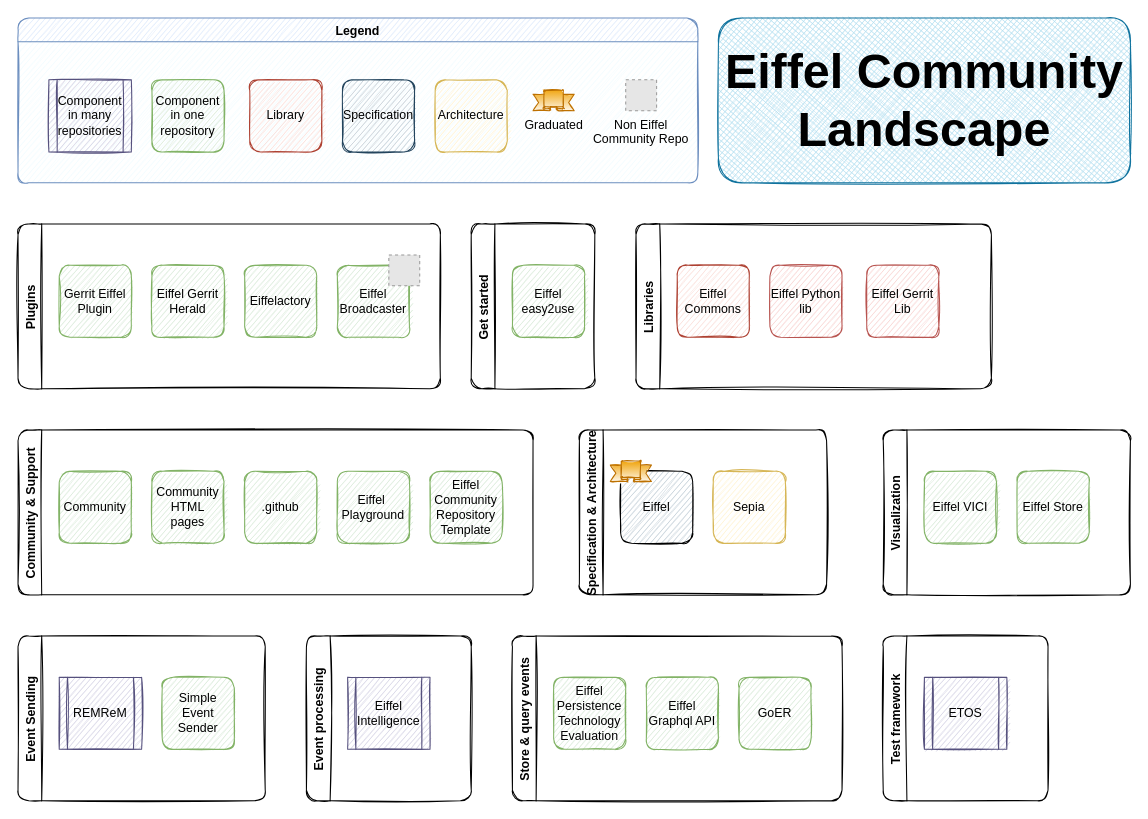
Above: src/landscape.drawio in eiffel-community/eiffel-community.github.io (draw.io), before the change. Source tidied: cells renumbered, new cells numbered last; positions are measured from the earlier drawing's top-left corner, leaving out a move shared by most shapes. Both pictures are drawn from the tidied source at 103%, with x=0, y=0 at pixel (18, 18). Pictures stored in the file or linked from it are replaced by grey dashed boxes.
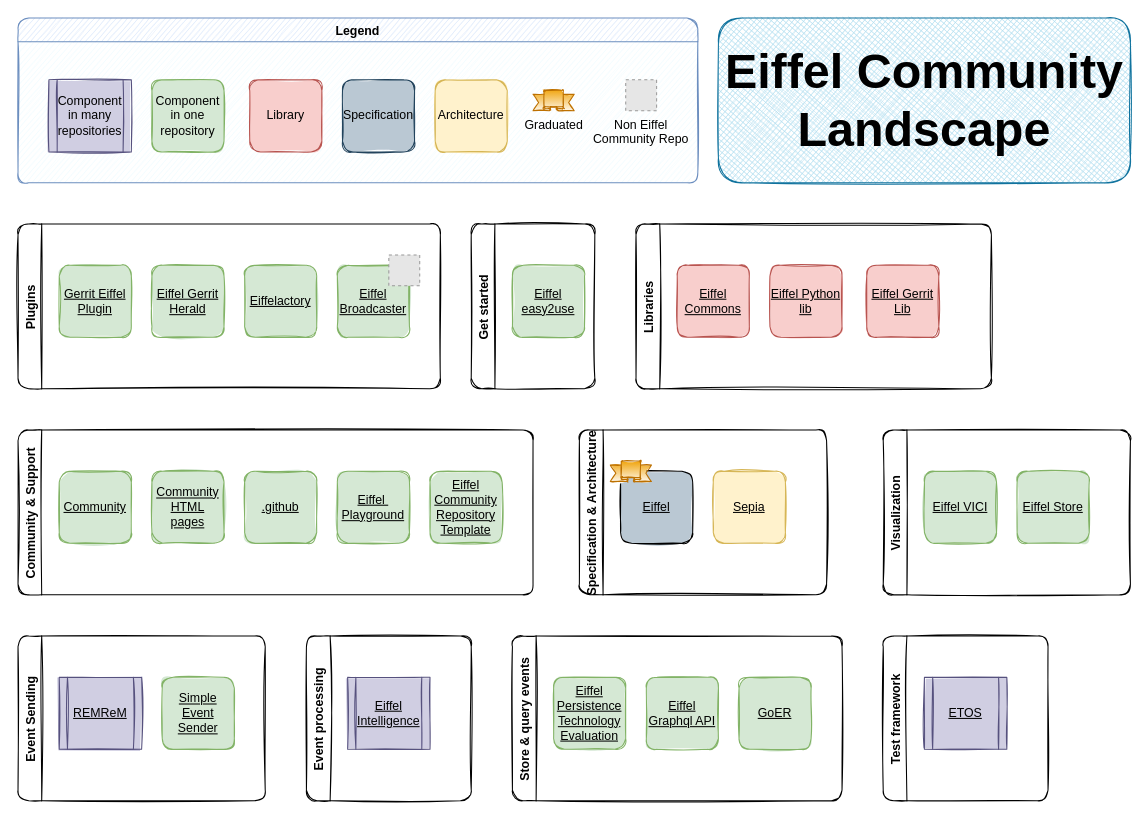
Above is the later version.

Commit message (it also covers changes not shown here):
Make landscape picture clickable (#32)

The change refers to these unchanged cells:
```xml
<mxCell id="7" value="Plugins" style="swimlane;horizontal=0;rounded=1;sketch=1;" parent="1" vertex="1">
  <mxGeometry y="200" width="410" height="160" as="geometry" />
</mxCell>
<mxCell id="16" value="Event Sending" style="swimlane;horizontal=0;rounded=1;sketch=1;glass=0;shadow=0;" parent="1" vertex="1">
  <mxGeometry y="600" width="240" height="160" as="geometry" />
</mxCell>
<mxCell id="19" value="Get started" style="swimlane;horizontal=0;rounded=1;sketch=1;" parent="1" vertex="1">
  <mxGeometry x="440" y="200" width="120" height="160" as="geometry" />
</mxCell>
<mxCell id="21" value="Visualization" style="swimlane;horizontal=0;rounded=1;sketch=1;" parent="1" vertex="1">
  <mxGeometry x="840" y="400" width="240" height="160" as="geometry" />
</mxCell>
<mxCell id="24" value="Event processing" style="swimlane;horizontal=0;rounded=1;sketch=1;" parent="1" vertex="1">
  <mxGeometry x="280" y="600" width="160" height="160" as="geometry" />
</mxCell>
<mxCell id="26" value="Test framework" style="swimlane;horizontal=0;rounded=1;sketch=1;" parent="1" vertex="1">
  <mxGeometry x="840" y="600" width="160" height="160" as="geometry" />
</mxCell>
<mxCell id="28" value="Community &amp; Support" style="swimlane;horizontal=0;rounded=1;sketch=1;" parent="1" vertex="1">
  <mxGeometry y="400" width="500" height="160" as="geometry" />
</mxCell>
<mxCell id="34" value="Libraries" style="swimlane;horizontal=0;rounded=1;sketch=1;" parent="1" vertex="1">
  <mxGeometry x="600" y="200" width="345" height="160" as="geometry" />
</mxCell>
<mxCell id="38" value="Legend" style="swimlane;rounded=1;sketch=1;glass=0;shadow=0;fillColor=#dae8fc;strokeColor=#6c8ebf;swimlaneFillColor=#F0FCFF;" parent="1" vertex="1">
  <mxGeometry width="660" height="160" as="geometry" />
</mxCell>
```

Diff of the diagram source:
```diff
@@
-    <mxCell id="2" value="Sepia" style="whiteSpace=wrap;html=1;sketch=1;rounded=1;fillColor=#fff2cc;strokeColor=#d6b656;" parent="1" vertex="1">
-      <mxGeometry x="675" y="440" width="70" height="70" as="geometry" />
-    </mxCell>
-    <mxCell id="3" value="Store &amp; query events" style="swimlane;horizontal=0;rounded=1;sketch=1;" parent="1" vertex="1">
-      <mxGeometry x="480" y="600" width="320" height="160" as="geometry" />
-    </mxCell>
-    <mxCell id="4" value="Eiffel Persistence Technology Evaluation" style="whiteSpace=wrap;html=1;sketch=1;rounded=1;fillColor=#d5e8d4;strokeColor=#82b366;" parent="3" vertex="1">
-      <mxGeometry x="40" y="40" width="70" height="70" as="geometry" />
-    </mxCell>
-    <mxCell id="5" value="Eiffel Graphql API" style="whiteSpace=wrap;html=1;sketch=1;rounded=1;fillColor=#d5e8d4;strokeColor=#82b366;" parent="3" vertex="1">
-      <mxGeometry x="130" y="40" width="70" height="70" as="geometry" />
-    </mxCell>
-    <mxCell id="6" value="GoER" style="whiteSpace=wrap;html=1;sketch=1;rounded=1;fillColor=#d5e8d4;strokeColor=#82b366;" parent="3" vertex="1">
-      <mxGeometry x="220" y="40" width="70" height="70" as="geometry" />
-    </mxCell>
+    <mxCell id="13" value="Specification &amp; Architecture" style="swimlane;horizontal=0;rounded=1;sketch=1;" parent="1" vertex="1">
+      <mxGeometry x="545" y="400" width="240" height="160" as="geometry" />
+    </mxCell>
+    <mxCell id="14" value="&lt;div&gt;&lt;u&gt;Eiffel&lt;/u&gt;&lt;/div&gt;" style="whiteSpace=wrap;html=1;sketch=1;rounded=1;fillColor=#bac8d3;shadow=0;glass=0;fillStyle=solid;" parent="13" vertex="1">
+      <mxGeometry x="40" y="40" width="70" height="70" as="geometry" />
+    </mxCell>
+    <mxCell id="15" style="verticalLabelPosition=bottom;verticalAlign=top;html=1;shape=mxgraph.basic.banner;rounded=1;shadow=0;glass=0;sketch=1;fillColor=#f0a30a;strokeColor=#BD7000;fontColor=#000000;gradientColor=#ffffff;" parent="13" vertex="1">
+      <mxGeometry x="30" y="30" width="40" height="20" as="geometry" />
+    </mxCell>
@@
-    <mxCell id="8" value="Gerrit Eiffel Plugin" style="whiteSpace=wrap;html=1;sketch=1;rounded=1;fillColor=#d5e8d4;strokeColor=#82b366;" parent="7" vertex="1">
+    <mxCell id="8" value="&lt;u&gt;Gerrit Eiffel Plugin&lt;/u&gt;" style="whiteSpace=wrap;html=1;sketch=1;rounded=1;fillColor=#d5e8d4;strokeColor=#82b366;fillStyle=solid;" parent="7" vertex="1">
       <mxGeometry x="40" y="40" width="70" height="70" as="geometry" />
     </mxCell>
-    <mxCell id="9" value="Eiffel Gerrit Herald" style="whiteSpace=wrap;html=1;sketch=1;rounded=1;fillColor=#d5e8d4;strokeColor=#82b366;" parent="7" vertex="1">
+    <mxCell id="9" value="&lt;u&gt;Eiffel Gerrit Herald&lt;/u&gt;" style="whiteSpace=wrap;html=1;sketch=1;rounded=1;fillColor=#d5e8d4;strokeColor=#82b366;fillStyle=solid;" parent="7" vertex="1">
       <mxGeometry x="130" y="40" width="70" height="70" as="geometry" />
     </mxCell>
-    <mxCell id="10" value="Eiffelactory" style="whiteSpace=wrap;html=1;sketch=1;rounded=1;fillColor=#d5e8d4;strokeColor=#82b366;" parent="7" vertex="1">
+    <mxCell id="10" value="&lt;u&gt;Eiffelactory&lt;/u&gt;" style="whiteSpace=wrap;html=1;sketch=1;rounded=1;fillColor=#d5e8d4;strokeColor=#82b366;fillStyle=solid;" parent="7" vertex="1">
       <mxGeometry x="220" y="40" width="70" height="70" as="geometry" />
     </mxCell>
-    <mxCell id="11" value="Eiffel Broadcaster" style="whiteSpace=wrap;html=1;sketch=1;rounded=1;fillColor=#d5e8d4;strokeColor=#82b366;" parent="7" vertex="1">
+    <mxCell id="11" value="&lt;u&gt;Eiffel Broadcaster&lt;/u&gt;" style="whiteSpace=wrap;html=1;sketch=1;rounded=1;fillColor=#d5e8d4;strokeColor=#82b366;fillStyle=solid;" parent="7" vertex="1">
       <mxGeometry x="310" y="40" width="70" height="70" as="geometry" />
     </mxCell>
@@
-    <mxCell id="13" value="Specification &amp; Architecture" style="swimlane;horizontal=0;rounded=1;sketch=1;" parent="1" vertex="1">
-      <mxGeometry x="545" y="400" width="240" height="160" as="geometry" />
-    </mxCell>
-    <mxCell id="14" value="&lt;div&gt;Eiffel&lt;/div&gt;" style="whiteSpace=wrap;html=1;sketch=1;rounded=1;fillColor=#bac8d3;shadow=0;glass=0;" parent="13" vertex="1">
-      <mxGeometry x="40" y="40" width="70" height="70" as="geometry" />
-    </mxCell>
-    <mxCell id="15" style="verticalLabelPosition=bottom;verticalAlign=top;html=1;shape=mxgraph.basic.banner;rounded=1;shadow=0;glass=0;sketch=1;fillColor=#f0a30a;strokeColor=#BD7000;fontColor=#000000;gradientColor=#ffffff;" parent="13" vertex="1">
-      <mxGeometry x="30" y="30" width="40" height="20" as="geometry" />
-    </mxCell>
+    <mxCell id="3" value="Store &amp; query events" style="swimlane;horizontal=0;rounded=1;sketch=1;" parent="1" vertex="1">
+      <mxGeometry x="480" y="600" width="320" height="160" as="geometry" />
+    </mxCell>
+    <mxCell id="4" value="&lt;u&gt;Eiffel Persistence Technology Evaluation&lt;/u&gt;" style="whiteSpace=wrap;html=1;sketch=1;rounded=1;fillColor=#d5e8d4;strokeColor=#82b366;fillStyle=solid;" parent="3" vertex="1">
+      <mxGeometry x="40" y="40" width="70" height="70" as="geometry" />
+    </mxCell>
+    <mxCell id="5" value="&lt;u&gt;Eiffel Graphql API&lt;/u&gt;" style="whiteSpace=wrap;html=1;sketch=1;rounded=1;fillColor=#d5e8d4;strokeColor=#82b366;fillStyle=solid;" parent="3" vertex="1">
+      <mxGeometry x="130" y="40" width="70" height="70" as="geometry" />
+    </mxCell>
+    <mxCell id="6" value="&lt;u&gt;GoER&lt;/u&gt;" style="whiteSpace=wrap;html=1;sketch=1;rounded=1;fillColor=#d5e8d4;strokeColor=#82b366;fillStyle=solid;" parent="3" vertex="1">
+      <mxGeometry x="220" y="40" width="70" height="70" as="geometry" />
+    </mxCell>
@@
-    <mxCell id="17" value="REMReM" style="shape=process;whiteSpace=wrap;html=1;backgroundOutline=1;fontFamily=Helvetica;fontSize=12;align=center;strokeColor=#56517e;fillColor=#d0cee2;sketch=1;" parent="16" vertex="1">
+    <mxCell id="17" value="&lt;u&gt;REMReM&lt;/u&gt;" style="shape=process;whiteSpace=wrap;html=1;backgroundOutline=1;fontFamily=Helvetica;fontSize=12;align=center;strokeColor=#56517e;fillColor=#d0cee2;sketch=1;fillStyle=solid;" parent="16" vertex="1">
       <mxGeometry x="40" y="40" width="80" height="70" as="geometry" />
     </mxCell>
-    <mxCell id="18" value="&lt;div&gt;Simple Event Sender &lt;br&gt;&lt;/div&gt;" style="whiteSpace=wrap;html=1;sketch=1;rounded=1;fillColor=#d5e8d4;strokeColor=#82b366;" parent="16" vertex="1">
+    <mxCell id="18" value="&lt;div&gt;&lt;u&gt;Simple Event Sender &lt;/u&gt;&lt;br&gt;&lt;/div&gt;" style="whiteSpace=wrap;html=1;sketch=1;rounded=1;fillColor=#d5e8d4;strokeColor=#82b366;fillStyle=solid;" parent="16" vertex="1">
       <mxGeometry x="140" y="40" width="70" height="70" as="geometry" />
     </mxCell>
@@
-    <mxCell id="20" value="Eiffel easy2use" style="whiteSpace=wrap;html=1;sketch=1;rounded=1;fillColor=#d5e8d4;strokeColor=#82b366;" parent="19" vertex="1">
+    <mxCell id="20" value="&lt;u&gt;Eiffel easy2use&lt;/u&gt;" style="whiteSpace=wrap;html=1;sketch=1;rounded=1;fillColor=#d5e8d4;strokeColor=#82b366;fillStyle=solid;" parent="19" vertex="1">
       <mxGeometry x="40" y="40" width="70" height="70" as="geometry" />
     </mxCell>
@@
-    <mxCell id="22" value="Eiffel VICI" style="whiteSpace=wrap;html=1;sketch=1;rounded=1;fillColor=#d5e8d4;strokeColor=#82b366;" parent="21" vertex="1">
+    <mxCell id="22" value="&lt;u&gt;Eiffel VICI&lt;/u&gt;" style="whiteSpace=wrap;html=1;sketch=1;rounded=1;fillColor=#d5e8d4;strokeColor=#82b366;fillStyle=solid;" parent="21" vertex="1">
       <mxGeometry x="40" y="40" width="70" height="70" as="geometry" />
     </mxCell>
-    <mxCell id="23" value="&lt;div&gt;Eiffel Store&lt;/div&gt;" style="whiteSpace=wrap;html=1;sketch=1;rounded=1;fillColor=#d5e8d4;strokeColor=#82b366;" parent="21" vertex="1">
+    <mxCell id="23" value="&lt;div&gt;&lt;u&gt;Eiffel Store&lt;/u&gt;&lt;/div&gt;" style="whiteSpace=wrap;html=1;sketch=1;rounded=1;fillColor=#d5e8d4;strokeColor=#82b366;fillStyle=solid;" parent="21" vertex="1">
       <mxGeometry x="130" y="40" width="70" height="70" as="geometry" />
     </mxCell>
@@
-    <mxCell id="25" value="Eiffel Intelligence" style="shape=process;whiteSpace=wrap;html=1;backgroundOutline=1;fontFamily=Helvetica;fontSize=12;align=center;strokeColor=#56517e;fillColor=#d0cee2;sketch=1;" parent="24" vertex="1">
+    <mxCell id="25" value="&lt;u&gt;Eiffel Intelligence&lt;/u&gt;" style="shape=process;whiteSpace=wrap;html=1;backgroundOutline=1;fontFamily=Helvetica;fontSize=12;align=center;strokeColor=#56517e;fillColor=#d0cee2;sketch=1;fillStyle=solid;" parent="24" vertex="1">
       <mxGeometry x="40" y="40" width="80" height="70" as="geometry" />
     </mxCell>
@@
-    <mxCell id="27" value="&lt;div&gt;ETOS&lt;/div&gt;" style="shape=process;whiteSpace=wrap;html=1;backgroundOutline=1;fontFamily=Helvetica;fontSize=12;align=center;strokeColor=#56517e;fillColor=#d0cee2;sketch=1;" parent="26" vertex="1">
+    <mxCell id="27" value="&lt;div&gt;&lt;u&gt;ETOS&lt;/u&gt;&lt;/div&gt;" style="shape=process;whiteSpace=wrap;html=1;backgroundOutline=1;fontFamily=Helvetica;fontSize=12;align=center;strokeColor=#56517e;fillColor=#d0cee2;sketch=1;fillStyle=solid;" parent="26" vertex="1">
       <mxGeometry x="40" y="40" width="80" height="70" as="geometry" />
     </mxCell>
@@
-    <mxCell id="29" value="Community" style="whiteSpace=wrap;html=1;sketch=1;rounded=1;fillColor=#d5e8d4;strokeColor=#82b366;" parent="28" vertex="1">
+    <mxCell id="29" value="&lt;u&gt;Community&lt;/u&gt;" style="whiteSpace=wrap;html=1;sketch=1;rounded=1;fillColor=#d5e8d4;strokeColor=#82b366;fillStyle=solid;" parent="28" vertex="1">
       <mxGeometry x="40" y="40" width="70" height="70" as="geometry" />
     </mxCell>
-    <mxCell id="30" value="Community HTML pages" style="whiteSpace=wrap;html=1;sketch=1;rounded=1;fillColor=#d5e8d4;strokeColor=#82b366;" parent="28" vertex="1">
+    <mxCell id="30" value="&lt;u&gt;Community HTML pages&lt;/u&gt;" style="whiteSpace=wrap;html=1;sketch=1;rounded=1;fillColor=#d5e8d4;strokeColor=#82b366;fillStyle=solid;" parent="28" vertex="1">
       <mxGeometry x="130" y="40" width="70" height="70" as="geometry" />
     </mxCell>
-    <mxCell id="31" value=".github" style="whiteSpace=wrap;html=1;sketch=1;rounded=1;fillColor=#d5e8d4;strokeColor=#82b366;" parent="28" vertex="1">
+    <mxCell id="31" value="&lt;u&gt;.github&lt;/u&gt;" style="whiteSpace=wrap;html=1;sketch=1;rounded=1;fillColor=#d5e8d4;strokeColor=#82b366;fillStyle=solid;" parent="28" vertex="1">
       <mxGeometry x="220" y="40" width="70" height="70" as="geometry" />
     </mxCell>
-    <mxCell id="32" value="Eiffel&amp;nbsp;&lt;br&gt;Playground" style="whiteSpace=wrap;html=1;sketch=1;rounded=1;fillColor=#d5e8d4;strokeColor=#82b366;" parent="28" vertex="1">
+    <mxCell id="32" value="&lt;u&gt;Eiffel&amp;nbsp;&lt;br&gt;Playground&lt;/u&gt;" style="whiteSpace=wrap;html=1;sketch=1;rounded=1;fillColor=#d5e8d4;strokeColor=#82b366;fillStyle=solid;" parent="28" vertex="1">
       <mxGeometry x="310" y="40" width="70" height="70" as="geometry" />
     </mxCell>
-    <mxCell id="33" value="Eiffel Community Repository Template" style="whiteSpace=wrap;html=1;sketch=1;rounded=1;fillColor=#d5e8d4;strokeColor=#82b366;" parent="28" vertex="1">
+    <mxCell id="33" value="&lt;u&gt;Eiffel Community Repository Template&lt;/u&gt;" style="whiteSpace=wrap;html=1;sketch=1;rounded=1;fillColor=#d5e8d4;strokeColor=#82b366;fillStyle=solid;" parent="28" vertex="1">
       <mxGeometry x="400" y="40" width="70" height="70" as="geometry" />
     </mxCell>
@@
-    <mxCell id="35" value="Eiffel Commons" style="whiteSpace=wrap;html=1;sketch=1;rounded=1;fillColor=#fad9d5;strokeColor=#ae4132;" parent="34" vertex="1">
+    <mxCell id="35" value="&lt;u&gt;Eiffel Commons&lt;/u&gt;" style="whiteSpace=wrap;html=1;sketch=1;rounded=1;fillColor=#f8cecc;strokeColor=#b85450;fillStyle=solid;" parent="34" vertex="1">
       <mxGeometry x="40" y="40" width="70" height="70" as="geometry" />
     </mxCell>
-    <mxCell id="36" value="&lt;div&gt;Eiffel Python lib&lt;/div&gt;" style="whiteSpace=wrap;html=1;sketch=1;rounded=1;fillColor=#f8cecc;strokeColor=#b85450;" parent="34" vertex="1">
+    <mxCell id="36" value="&lt;div&gt;&lt;u&gt;Eiffel Python lib&lt;/u&gt;&lt;/div&gt;" style="whiteSpace=wrap;html=1;sketch=1;rounded=1;fillColor=#f8cecc;strokeColor=#b85450;fillStyle=solid;" parent="34" vertex="1">
       <mxGeometry x="130" y="40" width="70" height="70" as="geometry" />
     </mxCell>
-    <mxCell id="37" value="Eiffel Gerrit Lib" style="whiteSpace=wrap;html=1;sketch=1;rounded=1;fillColor=#f8cecc;strokeColor=#b85450;" parent="34" vertex="1">
+    <mxCell id="37" value="&lt;u&gt;Eiffel Gerrit Lib&lt;/u&gt;" style="whiteSpace=wrap;html=1;sketch=1;rounded=1;fillColor=#f8cecc;strokeColor=#b85450;fillStyle=solid;" parent="34" vertex="1">
       <mxGeometry x="224" y="40" width="70" height="70" as="geometry" />
     </mxCell>
@@
-    <mxCell id="39" value="Component in one repository" style="whiteSpace=wrap;html=1;sketch=1;rounded=1;fillColor=#d5e8d4;strokeColor=#82b366;" parent="38" vertex="1">
+    <mxCell id="39" value="Component in one repository" style="whiteSpace=wrap;html=1;sketch=1;rounded=1;fillColor=#d5e8d4;strokeColor=#82b366;fillStyle=solid;" parent="38" vertex="1">
       <mxGeometry x="130" y="60" width="70" height="70" as="geometry" />
     </mxCell>
-    <mxCell id="40" value="Library" style="whiteSpace=wrap;html=1;sketch=1;rounded=1;fillColor=#fad9d5;strokeColor=#ae4132;" parent="38" vertex="1">
+    <mxCell id="40" value="Library" style="whiteSpace=wrap;html=1;sketch=1;rounded=1;fillColor=#f8cecc;strokeColor=#b85450;fillStyle=solid;" parent="38" vertex="1">
       <mxGeometry x="225" y="60" width="70" height="70" as="geometry" />
     </mxCell>
-    <mxCell id="41" value="Architecture" style="whiteSpace=wrap;html=1;sketch=1;rounded=1;fillColor=#fff2cc;strokeColor=#d6b656;" parent="38" vertex="1">
+    <mxCell id="41" value="Architecture" style="whiteSpace=wrap;html=1;sketch=1;rounded=1;fillColor=#fff2cc;strokeColor=#d6b656;fillStyle=solid;" parent="38" vertex="1">
       <mxGeometry x="405" y="60" width="70" height="70" as="geometry" />
     </mxCell>
-    <mxCell id="42" value="&lt;div&gt;Specification&lt;/div&gt;" style="whiteSpace=wrap;html=1;sketch=1;rounded=1;fillColor=#bac8d3;strokeColor=#23445d;" parent="38" vertex="1">
+    <mxCell id="42" value="&lt;div&gt;Specification&lt;/div&gt;" style="whiteSpace=wrap;html=1;sketch=1;rounded=1;fillColor=#bac8d3;strokeColor=#23445d;fillStyle=solid;" parent="38" vertex="1">
       <mxGeometry x="315" y="60" width="70" height="70" as="geometry" />
     </mxCell>
@@
-    <mxCell id="44" value="&lt;div&gt;Component in many repositories&lt;/div&gt;" style="shape=process;whiteSpace=wrap;html=1;backgroundOutline=1;fontFamily=Helvetica;fontSize=12;align=center;strokeColor=#56517e;fillColor=#d0cee2;sketch=1;" parent="38" vertex="1">
+    <mxCell id="44" value="&lt;div&gt;Component in many repositories&lt;/div&gt;" style="shape=process;whiteSpace=wrap;html=1;backgroundOutline=1;fontFamily=Helvetica;fontSize=12;align=center;strokeColor=#56517e;fillColor=#d0cee2;sketch=1;fillStyle=solid;" parent="38" vertex="1">
       <mxGeometry x="30" y="60" width="80" height="70" as="geometry" />
     </mxCell>
@@
+    <mxCell id="2" value="&lt;u&gt;Sepia&lt;/u&gt;" style="whiteSpace=wrap;html=1;sketch=1;rounded=1;fillColor=#fff2cc;strokeColor=#d6b656;fillStyle=solid;" parent="1" vertex="1">
+      <mxGeometry x="675" y="440" width="70" height="70" as="geometry" />
+    </mxCell>
```
